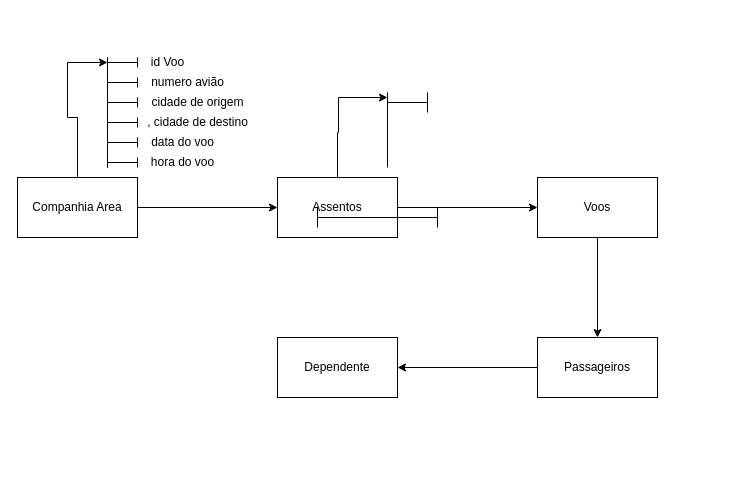
Earlier version of the draw.io diagram Diagrama sem nome.drawio (Taisalvess/Banco-De-Dados-Uninter). Source tidied: cells renumbered, new cells numbered last; positions are measured from the earlier drawing's top-left corner, leaving out a move shared by most shapes. Both pictures are drawn from the tidied source at 100%, with x=0, y=0 at pixel (17, 47).
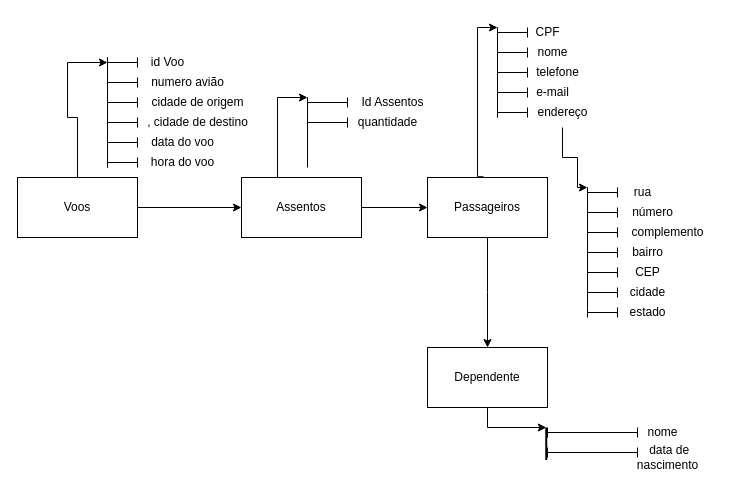
After the change.

Change to the diagram source:
```diff
@@
-    <mxCell id="4" value="Companhia Area" style="rounded=0;whiteSpace=wrap;html=1;" parent="1" vertex="1">
+    <mxCell id="4" value="Voos" style="rounded=0;whiteSpace=wrap;html=1;" parent="1" vertex="1">
       <mxGeometry y="130" width="120" height="60" as="geometry" />
     </mxCell>
-    <mxCell id="5" style="edgeStyle=orthogonalEdgeStyle;rounded=0;jettySize=auto;html=1;" parent="1" edge="1" source="6" target="8">
-      <mxGeometry relative="1" as="geometry" />
+    <mxCell id="5" style="edgeStyle=orthogonalEdgeStyle;rounded=0;jettySize=auto;html=1;" parent="1" edge="1" source="6">
+      <mxGeometry relative="1" as="geometry">
+        <mxPoint x="470" y="300" as="targetPoint" />
+      </mxGeometry>
     </mxCell>
+    <mxCell id="29" style="edgeStyle=orthogonalEdgeStyle;rounded=0;jettySize=auto;html=1;exitX=0.467;exitY=-0.013;exitDx=0;exitDy=0;exitPerimeter=0;entryX=0;entryY=0;entryDx=0;entryDy=0;entryPerimeter=0;" parent="1" edge="1" source="6" target="36">
+      <mxGeometry relative="1" as="geometry">
+        <Array as="points">
+          <mxPoint x="460" y="129" />
+          <mxPoint x="460" y="-20" />
+        </Array>
+      </mxGeometry>
+    </mxCell>
-    <mxCell id="6" value="Voos" style="rounded=0;whiteSpace=wrap;html=1;" parent="1" vertex="1">
-      <mxGeometry x="520" y="130" width="120" height="60" as="geometry" />
+    <mxCell id="6" value="Passageiros" style="rounded=0;whiteSpace=wrap;html=1;" parent="1" vertex="1">
+      <mxGeometry x="410" y="130" width="120" height="60" as="geometry" />
     </mxCell>
-    <mxCell id="7" style="edgeStyle=orthogonalEdgeStyle;rounded=0;jettySize=auto;html=1;entryX=1;entryY=0.5;entryDx=0;entryDy=0;" parent="1" edge="1" source="8" target="9">
-      <mxGeometry relative="1" as="geometry" />
-    </mxCell>
-    <mxCell id="8" value="Passageiros" style="rounded=0;whiteSpace=wrap;html=1;" parent="1" vertex="1">
-      <mxGeometry x="520" y="290" width="120" height="60" as="geometry" />
-    </mxCell>
+    <mxCell id="30" style="edgeStyle=orthogonalEdgeStyle;rounded=0;jettySize=auto;html=1;" parent="1" edge="1" source="9" target="61">
+      <mxGeometry relative="1" as="geometry" />
+    </mxCell>
     <mxCell id="9" value="Dependente" style="rounded=0;whiteSpace=wrap;html=1;" parent="1" vertex="1">
-      <mxGeometry x="260" y="290" width="120" height="60" as="geometry" />
+      <mxGeometry x="410" y="300" width="120" height="60" as="geometry" />
     </mxCell>
@@
-    <mxCell id="24" style="edgeStyle=orthogonalEdgeStyle;rounded=0;jettySize=auto;html=1;" parent="1" edge="1" source="25">
+    <mxCell id="24" style="edgeStyle=orthogonalEdgeStyle;rounded=0;orthogonalLoop=1;jettySize=auto;html=1;" parent="1" edge="1">
       <mxGeometry relative="1" as="geometry">
-        <mxPoint x="370" y="50" as="targetPoint" />
+        <mxPoint x="260" y="130" as="sourcePoint" />
+        <mxPoint x="290" y="50" as="targetPoint" />
         <Array as="points">
-          <mxPoint x="320" y="85" />
-          <mxPoint x="321" y="40" />
+          <mxPoint x="260" y="50" />
         </Array>
       </mxGeometry>
     </mxCell>
     <mxCell id="25" value="Assentos" style="rounded=0;whiteSpace=wrap;html=1;" parent="1" vertex="1">
-      <mxGeometry x="260" y="130" width="120" height="60" as="geometry" />
+      <mxGeometry x="224" y="130" width="120" height="60" as="geometry" />
     </mxCell>
     <mxCell id="26" style="endArrow=none;html=1;rounded=0;" parent="1" edge="1">
       <mxGeometry relative="1" as="geometry">
-        <mxPoint x="370" y="120" as="sourcePoint" />
-        <mxPoint x="370" y="50" as="targetPoint" />
+        <mxPoint x="290" y="120" as="sourcePoint" />
+        <mxPoint x="290" y="50" as="targetPoint" />
       </mxGeometry>
     </mxCell>
-    <mxCell id="27" style="shape=crossbar;whiteSpace=wrap;html=1;rounded=1;" parent="1" vertex="1">
-      <mxGeometry x="300" y="160" width="120" height="20" as="geometry" />
-    </mxCell>
-    <mxCell id="28" style="shape=crossbar;whiteSpace=wrap;html=1;rounded=1;" parent="1" vertex="1">
-      <mxGeometry x="370" y="45" width="40" height="20" as="geometry" />
+    <mxCell id="28" style="shape=crossbar;whiteSpace=wrap;html=1;rounded=1;strokeWidth=1;perimeterSpacing=0;gradientColor=none;" parent="1" vertex="1">
+      <mxGeometry x="290" y="50" width="40" height="10" as="geometry" />
     </mxCell>
+    <mxCell id="31" value="Id Assentos" style="text;html=1;align=center;verticalAlign=middle;strokeColor=none;fillColor=none;" parent="1" vertex="1">
+      <mxGeometry x="330" y="40" width="90" height="30" as="geometry" />
+    </mxCell>
+    <mxCell id="32" style="shape=crossbar;whiteSpace=wrap;html=1;rounded=1;" parent="1" vertex="1">
+      <mxGeometry x="290" y="70" width="40" height="10" as="geometry" />
+    </mxCell>
+    <mxCell id="33" value="quantidade" style="text;html=1;align=center;verticalAlign=middle;strokeColor=none;fillColor=none;" parent="1" vertex="1">
+      <mxGeometry x="330" y="60" width="80" height="30" as="geometry" />
+    </mxCell>
+    <mxCell id="34" style="shape=crossbar;whiteSpace=wrap;html=1;rounded=1;" parent="1" vertex="1">
+      <mxGeometry x="480" width="30" height="10" as="geometry" />
+    </mxCell>
+    <mxCell id="35" style="endArrow=none;html=1;rounded=0;" parent="1" edge="1">
+      <mxGeometry relative="1" as="geometry">
+        <mxPoint x="480" y="70" as="sourcePoint" />
+        <mxPoint x="480" y="-20" as="targetPoint" />
+      </mxGeometry>
+    </mxCell>
+    <mxCell id="36" style="shape=crossbar;whiteSpace=wrap;html=1;rounded=1;strokeWidth=1;perimeterSpacing=0;gradientColor=none;" parent="1" vertex="1">
+      <mxGeometry x="480" y="-20" width="30" height="10" as="geometry" />
+    </mxCell>
+    <mxCell id="37" style="shape=crossbar;whiteSpace=wrap;html=1;rounded=1;strokeWidth=1;perimeterSpacing=0;gradientColor=none;" parent="1" vertex="1">
+      <mxGeometry x="480" y="20" width="30" height="10" as="geometry" />
+    </mxCell>
+    <mxCell id="38" style="shape=crossbar;whiteSpace=wrap;html=1;rounded=1;" parent="1" vertex="1">
+      <mxGeometry x="480" y="40" width="30" height="10" as="geometry" />
+    </mxCell>
+    <mxCell id="39" style="shape=crossbar;whiteSpace=wrap;html=1;rounded=1;strokeWidth=1;perimeterSpacing=0;gradientColor=none;" parent="1" vertex="1">
+      <mxGeometry x="480" y="60" width="30" height="10" as="geometry" />
+    </mxCell>
+    <mxCell id="40" value="CPF" style="text;html=1;align=center;verticalAlign=middle;strokeColor=none;fillColor=none;" parent="1" vertex="1">
+      <mxGeometry x="505" y="-30" width="50" height="30" as="geometry" />
+    </mxCell>
+    <mxCell id="41" value="nome" style="text;html=1;align=center;verticalAlign=middle;strokeColor=none;fillColor=none;" parent="1" vertex="1">
+      <mxGeometry x="510" y="-10" width="50" height="30" as="geometry" />
+    </mxCell>
+    <mxCell id="42" value="telefone" style="text;html=1;align=center;verticalAlign=middle;strokeColor=none;fillColor=none;" parent="1" vertex="1">
+      <mxGeometry x="505" y="10" width="70" height="30" as="geometry" />
+    </mxCell>
+    <mxCell id="43" value="e-mail" style="text;html=1;align=center;verticalAlign=middle;strokeColor=none;fillColor=none;" parent="1" vertex="1">
+      <mxGeometry x="505" y="30" width="60" height="30" as="geometry" />
+    </mxCell>
+    <mxCell id="44" style="edgeStyle=orthogonalEdgeStyle;rounded=0;jettySize=auto;html=1;" parent="1" edge="1" source="45">
+      <mxGeometry relative="1" as="geometry">
+        <mxPoint x="570" y="140" as="targetPoint" />
+        <Array as="points">
+          <mxPoint x="545" y="110" />
+          <mxPoint x="560" y="110" />
+          <mxPoint x="560" y="140" />
+        </Array>
+      </mxGeometry>
+    </mxCell>
+    <mxCell id="45" value="endereço" style="text;html=1;align=center;verticalAlign=middle;points=[];strokeColor=none;fillColor=none;" parent="1" vertex="1">
+      <mxGeometry x="510" y="50" width="70" height="30" as="geometry" />
+    </mxCell>
+    <mxCell id="46" style="shape=crossbar;whiteSpace=wrap;html=1;rounded=1;strokeWidth=1;perimeterSpacing=0;gradientColor=none;" parent="1" vertex="1">
+      <mxGeometry x="570" y="140" width="30" height="10" as="geometry" />
+    </mxCell>
+    <mxCell id="47" style="shape=crossbar;whiteSpace=wrap;html=1;rounded=1;" parent="1" vertex="1">
+      <mxGeometry x="570" y="160" width="30" height="10" as="geometry" />
+    </mxCell>
+    <mxCell id="48" style="shape=crossbar;whiteSpace=wrap;html=1;rounded=1;strokeWidth=1;perimeterSpacing=0;gradientColor=none;" parent="1" vertex="1">
+      <mxGeometry x="570" y="180" width="30" height="10" as="geometry" />
+    </mxCell>
+    <mxCell id="49" style="shape=crossbar;whiteSpace=wrap;html=1;rounded=1;" parent="1" vertex="1">
+      <mxGeometry x="570" y="200" width="30" height="10" as="geometry" />
+    </mxCell>
+    <mxCell id="50" style="endArrow=none;html=1;rounded=0;" parent="1" edge="1">
+      <mxGeometry relative="1" as="geometry">
+        <mxPoint x="570" y="260" as="sourcePoint" />
+        <mxPoint x="570" y="140" as="targetPoint" />
+      </mxGeometry>
+    </mxCell>
+    <mxCell id="51" value="rua" style="text;html=1;align=center;verticalAlign=middle;strokeColor=none;fillColor=none;" parent="1" vertex="1">
+      <mxGeometry x="605" y="130" width="40" height="30" as="geometry" />
+    </mxCell>
+    <mxCell id="52" value="complemento" style="text;html=1;align=center;verticalAlign=middle;strokeColor=none;fillColor=none;" parent="1" vertex="1">
+      <mxGeometry x="600" y="170" width="100" height="30" as="geometry" />
+    </mxCell>
+    <mxCell id="53" value="número" style="text;html=1;align=center;verticalAlign=middle;strokeColor=none;fillColor=none;" parent="1" vertex="1">
+      <mxGeometry x="605" y="150" width="60" height="30" as="geometry" />
+    </mxCell>
+    <mxCell id="54" value="CEP" style="text;html=1;align=center;verticalAlign=middle;strokeColor=none;fillColor=none;" parent="1" vertex="1">
+      <mxGeometry x="605" y="210" width="50" height="30" as="geometry" />
+    </mxCell>
+    <mxCell id="55" value="bairro" style="text;html=1;align=center;verticalAlign=middle;strokeColor=none;fillColor=none;" parent="1" vertex="1">
+      <mxGeometry x="605" y="190" width="50" height="30" as="geometry" />
+    </mxCell>
+    <mxCell id="56" style="shape=crossbar;whiteSpace=wrap;html=1;rounded=1;" parent="1" vertex="1">
+      <mxGeometry x="570" y="220" width="30" height="10" as="geometry" />
+    </mxCell>
+    <mxCell id="57" style="shape=crossbar;whiteSpace=wrap;html=1;rounded=1;" parent="1" vertex="1">
+      <mxGeometry x="570" y="240" width="30" height="10" as="geometry" />
+    </mxCell>
+    <mxCell id="58" style="shape=crossbar;whiteSpace=wrap;html=1;rounded=1;" parent="1" vertex="1">
+      <mxGeometry x="570" y="260" width="30" height="10" as="geometry" />
+    </mxCell>
+    <mxCell id="59" value="cidade" style="text;html=1;align=center;verticalAlign=middle;strokeColor=none;fillColor=none;" parent="1" vertex="1">
+      <mxGeometry x="600" y="230" width="60" height="30" as="geometry" />
+    </mxCell>
+    <mxCell id="60" value="estado" style="text;html=1;align=center;verticalAlign=middle;strokeColor=none;fillColor=none;" parent="1" vertex="1">
+      <mxGeometry x="600" y="250" width="60" height="30" as="geometry" />
+    </mxCell>
+    <mxCell id="61" style="line;strokeWidth=2;html=1;rotation=90;" parent="1" vertex="1">
+      <mxGeometry x="512.5" y="392.5" width="32.5" height="7.5" as="geometry" />
+    </mxCell>
+    <mxCell id="62" style="shape=crossbar;whiteSpace=wrap;html=1;rounded=1;" parent="1" vertex="1">
+      <mxGeometry x="530" y="400" width="90" height="10" as="geometry" />
+    </mxCell>
+    <mxCell id="63" style="shape=crossbar;whiteSpace=wrap;html=1;rounded=1;" parent="1" vertex="1">
+      <mxGeometry x="530" y="380" width="90" height="10" as="geometry" />
+    </mxCell>
+    <mxCell id="64" value="nome" style="text;html=1;align=center;verticalAlign=middle;strokeColor=none;fillColor=none;" parent="1" vertex="1">
+      <mxGeometry x="620" y="370" width="50" height="30" as="geometry" />
+    </mxCell>
+    <mxCell id="65" value="&amp;nbsp;data de&lt;br&gt;nascimento" style="text;html=1;align=center;verticalAlign=middle;strokeColor=none;fillColor=none;" parent="1" vertex="1">
+      <mxGeometry x="610" y="390" width="80" height="40" as="geometry" />
+    </mxCell>
```
